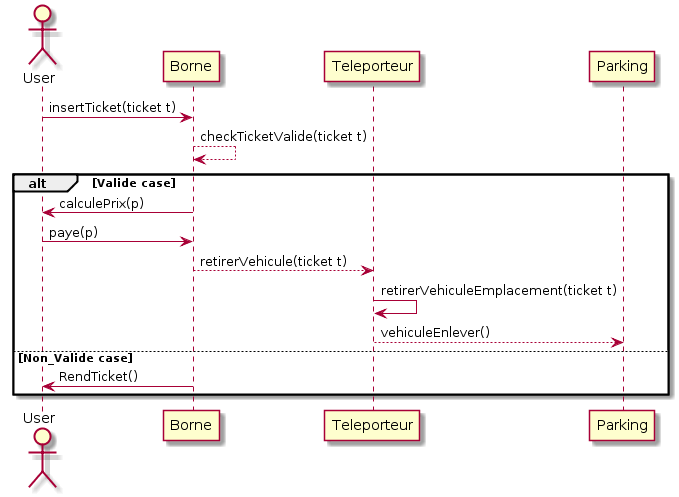
YoannGa/PTUT2018 keeps this PlantUML diagram as Documentation/SEQ_reprendre_vehicule.png. Above is the earlier version.
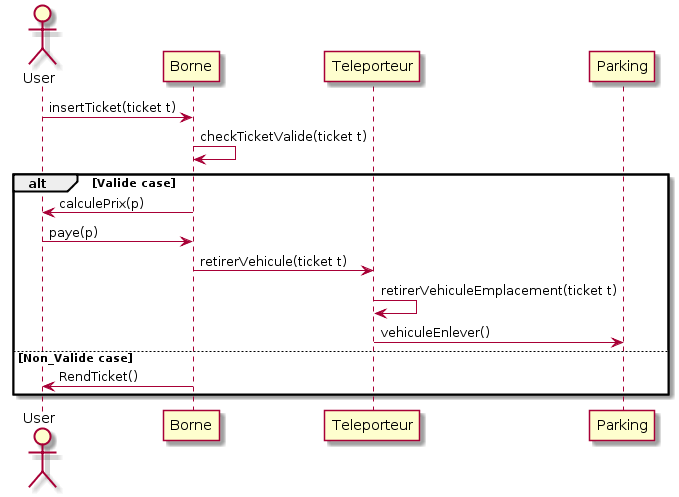
The same diagram one commit later.

Commit message:
SEQUENCE : fini

Diff of the diagram source:
```diff
@@ -1,14 +1,14 @@
 @startuml
 actor User as U
 U -> Borne: insertTicket(ticket t)
-Borne --> Borne: checkTicketValide(ticket t)
+Borne -> Borne: checkTicketValide(ticket t)
 
 alt Valide case
   Borne -> U: calculePrix(p)
   U -> Borne: paye(p)
-  Borne --> Teleporteur: retirerVehicule(ticket t)
+  Borne -> Teleporteur: retirerVehicule(ticket t)
   Teleporteur -> Teleporteur: retirerVehiculeEmplacement(ticket t)
-  Teleporteur --> Parking: vehiculeEnlever()
+  Teleporteur -> Parking: vehiculeEnlever()
 else Non_Valide case
   Borne -> U:RendTicket()
 end
```
